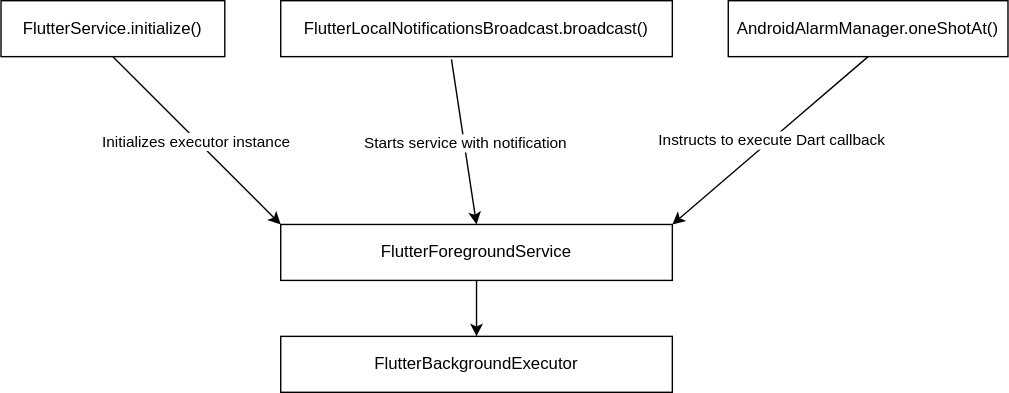
vkammerer/flutter_service keeps this draw.io diagram as docs/images/flutter_service_example.svg. Above is the earlier version. Source tidied: cells renumbered, new cells last; positions are measured from the earlier drawing's top-left corner, leaving out a move shared by most shapes.
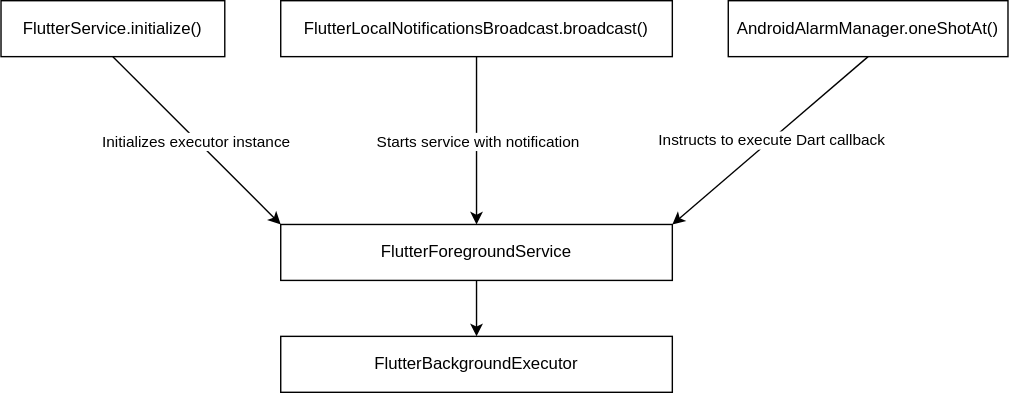
Later version of the same file.

Commit message:
Improves example diagram

Change to the diagram source:
```diff
@@ -20,7 +20,7 @@
     <mxCell id="7" value="AndroidAlarmManager.oneShotAt()" style="rounded=0;whiteSpace=wrap;html=1;" parent="1" vertex="1">
       <mxGeometry x="520" width="200" height="40" as="geometry" />
     </mxCell>
-    <mxCell id="8" style="endArrow=classic;html=1;exitX=0.436;exitY=1.05;exitDx=0;exitDy=0;entryX=0.5;entryY=0;entryDx=0;entryDy=0;exitPerimeter=0;" parent="1" edge="1" source="2" target="3">
+    <mxCell id="8" style="endArrow=classic;html=1;entryX=0.5;entryY=0;entryDx=0;entryDy=0;" parent="1" edge="1" source="2" target="3">
       <mxGeometry relative="1" as="geometry" />
     </mxCell>
     <mxCell id="9" value="Starts service with notification" style="edgeLabel;html=1;align=center;verticalAlign=middle;" parent="8" vertex="1">
```
